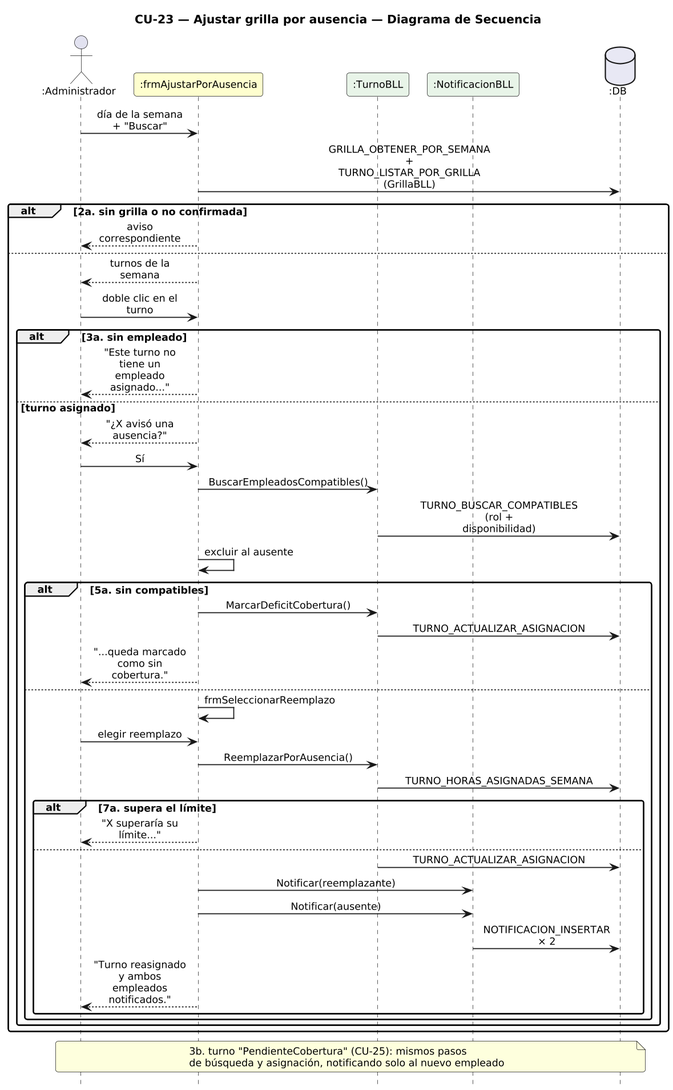
This is DIAGRAMAS/DiagramaSecuencia_CU23_AjustarGrillaAusencia.png from Urrels/ingenieria_software, a PlantUML export, as it was before one commit.
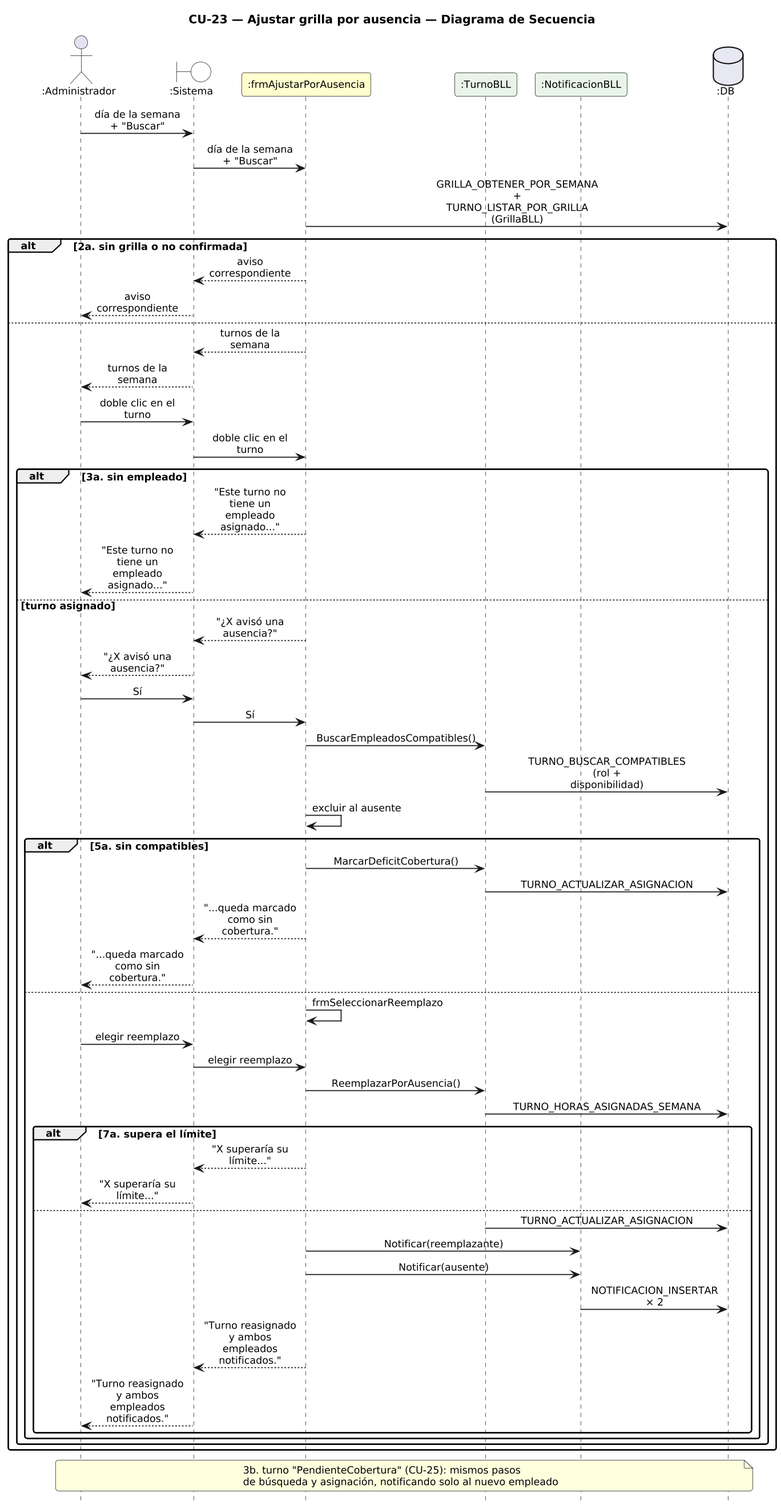
After the change.

The edit, as a diff of the source:
```diff
@@ -14,43 +14,55 @@
 hide footbox
 
 actor ":Administrador" as A
+boundary ":Sistema" as SYS #FFFFFF
 participant ":frmAjustarPorAusencia" as F #FEFECE
 participant ":TurnoBLL" as T #E8F4E8
 participant ":NotificacionBLL" as N #E8F4E8
 database ":DB" as DB #E8E8F4
 
-A -> F : día de la semana + "Buscar"
+A -> SYS : día de la semana + "Buscar"
+SYS -> F : día de la semana + "Buscar"
 F -> DB : GRILLA_OBTENER_POR_SEMANA\n+ TURNO_LISTAR_POR_GRILLA\n(GrillaBLL)
 alt 2a. sin grilla o no confirmada
-  F --> A : aviso correspondiente
+  F --> SYS : aviso correspondiente
+  SYS --> A : aviso correspondiente
 else
-  F --> A : turnos de la semana
-  A -> F : doble clic en el turno
+  F --> SYS : turnos de la semana
+  SYS --> A : turnos de la semana
+  A -> SYS : doble clic en el turno
+  SYS -> F : doble clic en el turno
   alt 3a. sin empleado
-    F --> A : "Este turno no tiene un\nempleado asignado..."
+    F --> SYS : "Este turno no tiene un\nempleado asignado..."
+    SYS --> A : "Este turno no tiene un\nempleado asignado..."
   else turno asignado
-    F --> A : "¿X avisó una ausencia?"
-    A -> F : Sí
+    F --> SYS : "¿X avisó una ausencia?"
+    SYS --> A : "¿X avisó una ausencia?"
+    A -> SYS : Sí
+    SYS -> F : Sí
     F -> T : BuscarEmpleadosCompatibles()
     T -> DB : TURNO_BUSCAR_COMPATIBLES\n(rol + disponibilidad)
     F -> F : excluir al ausente
     alt 5a. sin compatibles
       F -> T : MarcarDeficitCobertura()
       T -> DB : TURNO_ACTUALIZAR_ASIGNACION
-      F --> A : "...queda marcado\ncomo sin cobertura."
+      F --> SYS : "...queda marcado\ncomo sin cobertura."
+      SYS --> A : "...queda marcado\ncomo sin cobertura."
     else
       F -> F : frmSeleccionarReemplazo
-      A -> F : elegir reemplazo
+      A -> SYS : elegir reemplazo
+      SYS -> F : elegir reemplazo
       F -> T : ReemplazarPorAusencia()
       T -> DB : TURNO_HORAS_ASIGNADAS_SEMANA
       alt 7a. supera el límite
-        F --> A : "X superaría su límite..."
+        F --> SYS : "X superaría su límite..."
+        SYS --> A : "X superaría su límite..."
       else
         T -> DB : TURNO_ACTUALIZAR_ASIGNACION
         F -> N : Notificar(reemplazante)
         F -> N : Notificar(ausente)
         N -> DB : NOTIFICACION_INSERTAR × 2
-        F --> A : "Turno reasignado y ambos\nempleados notificados."
+        F --> SYS : "Turno reasignado y ambos\nempleados notificados."
+        SYS --> A : "Turno reasignado y ambos\nempleados notificados."
       end
     end
   end
```
